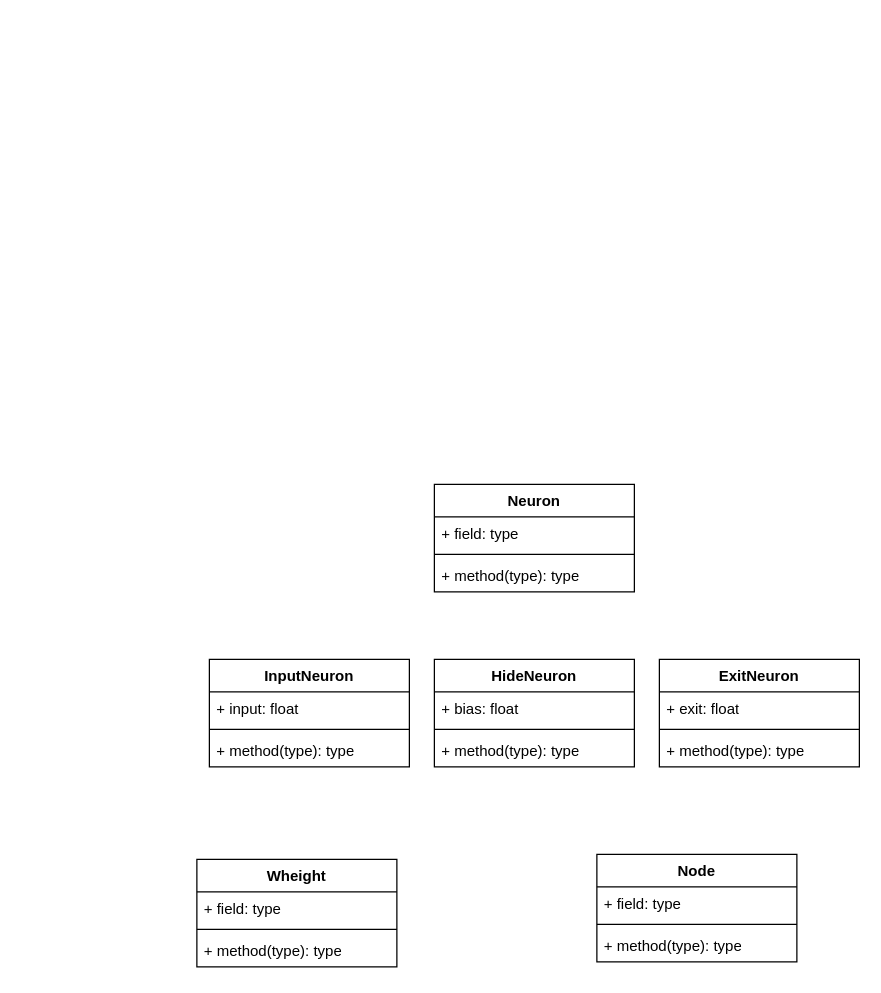
Before: diagrama_de_classes.drawio in MaikeRob/Rede_Neural_Simples, a draw.io diagram. Source tidied: cells renumbered, new cells numbered last; positions are measured from the earlier drawing's top-left corner, leaving out a move shared by most shapes. Both pictures are drawn from the tidied source at 125%, with x=0, y=0 at pixel (196, 484).
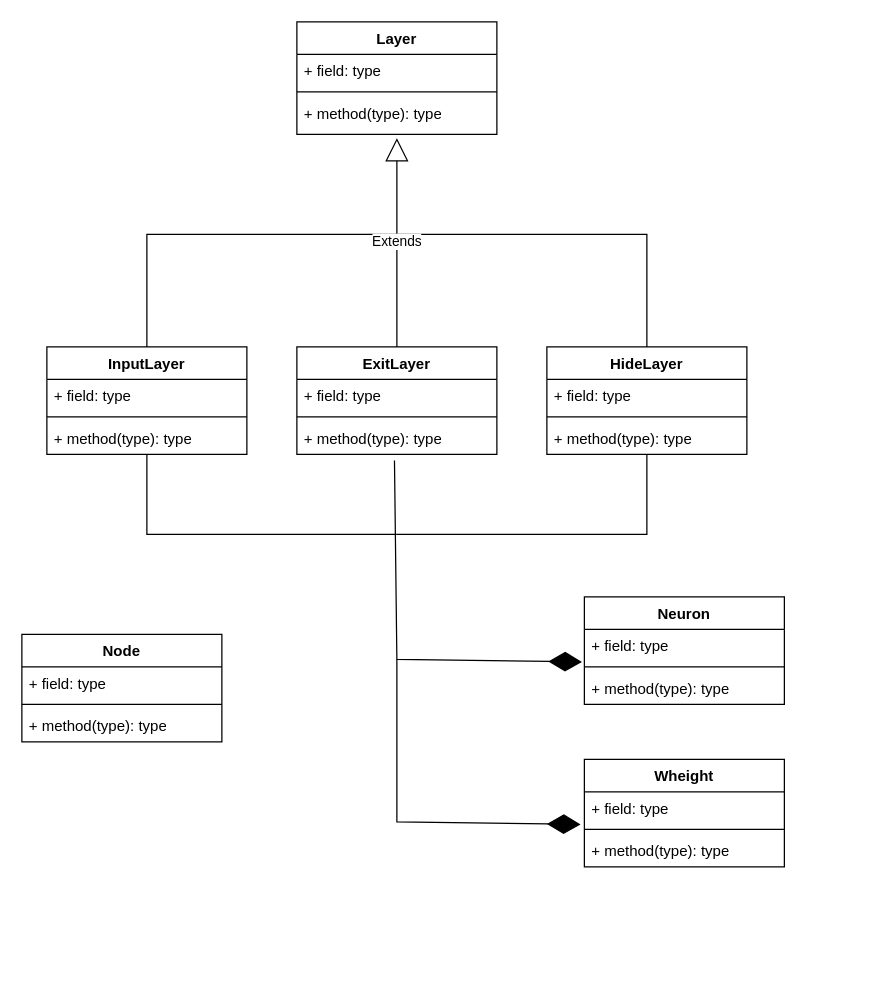
The same page after the edit.

Commit message (it also covers changes not shown here):
Começando a implementar Classes

The change refers to these unchanged cells:
```xml
<mxCell id="3" value="+ field: type" style="text;strokeColor=none;fillColor=none;align=left;verticalAlign=top;spacingLeft=4;spacingRight=4;overflow=hidden;points=[[0,0.5],[1,0.5]];portConstraint=eastwest;whiteSpace=wrap;html=1;" parent="2" vertex="1">
  <mxGeometry y="26" width="160" height="26" as="geometry" />
</mxCell>
<mxCell id="19" value="+ field: type" style="text;strokeColor=none;fillColor=none;align=left;verticalAlign=top;spacingLeft=4;spacingRight=4;overflow=hidden;points=[[0,0.5],[1,0.5]];portConstraint=eastwest;whiteSpace=wrap;html=1;" parent="18" vertex="1">
  <mxGeometry y="26" width="160" height="26" as="geometry" />
</mxCell>
```

The edit, as a diff of the source:
```diff
@@
     <mxCell id="2" value="Neuron" style="swimlane;fontStyle=1;align=center;verticalAlign=top;horizontal=1;startSize=26;whiteSpace=wrap;html=1;" parent="1" vertex="1">
-      <mxGeometry x="190" width="160" height="86" as="geometry" />
+      <mxGeometry x="310" y="90" width="160" height="86" as="geometry" />
     </mxCell>
@@
-    <mxCell id="6" value="InputNeuron" style="swimlane;fontStyle=1;align=center;verticalAlign=top;horizontal=1;startSize=26;whiteSpace=wrap;html=1;" parent="1" vertex="1">
-      <mxGeometry x="10" y="140" width="160" height="86" as="geometry" />
-    </mxCell>
-    <mxCell id="7" value="+ input: float" style="text;strokeColor=none;fillColor=none;align=left;verticalAlign=top;spacingLeft=4;spacingRight=4;overflow=hidden;whiteSpace=wrap;html=1;" parent="6" vertex="1">
-      <mxGeometry y="26" width="160" height="26" as="geometry" />
-    </mxCell>
-    <mxCell id="8" style="line;strokeWidth=1;fillColor=none;align=left;verticalAlign=middle;spacingTop=-1;spacingLeft=3;spacingRight=3;labelPosition=right;strokeColor=inherit;" parent="6" vertex="1">
-      <mxGeometry y="52" width="160" height="8" as="geometry" />
-    </mxCell>
-    <mxCell id="9" value="+ method(type): type" style="text;strokeColor=none;fillColor=none;align=left;verticalAlign=top;spacingLeft=4;spacingRight=4;overflow=hidden;whiteSpace=wrap;html=1;" parent="6" vertex="1">
-      <mxGeometry y="60" width="160" height="26" as="geometry" />
-    </mxCell>
-    <mxCell id="10" value="HideNeuron" style="swimlane;fontStyle=1;align=center;verticalAlign=top;horizontal=1;startSize=26;whiteSpace=wrap;html=1;" parent="1" vertex="1">
-      <mxGeometry x="190" y="140" width="160" height="86" as="geometry" />
-    </mxCell>
-    <mxCell id="11" value="+ bias: float&lt;div&gt;&lt;div&gt;&lt;br&gt;&lt;/div&gt;&lt;/div&gt;" style="text;strokeColor=none;fillColor=none;align=left;verticalAlign=top;spacingLeft=4;spacingRight=4;overflow=hidden;whiteSpace=wrap;html=1;" parent="10" vertex="1">
-      <mxGeometry y="26" width="160" height="26" as="geometry" />
-    </mxCell>
-    <mxCell id="12" style="line;strokeWidth=1;fillColor=none;align=left;verticalAlign=middle;spacingTop=-1;spacingLeft=3;spacingRight=3;labelPosition=right;strokeColor=inherit;" parent="10" vertex="1">
-      <mxGeometry y="52" width="160" height="8" as="geometry" />
-    </mxCell>
-    <mxCell id="13" value="+ method(type): type" style="text;strokeColor=none;fillColor=none;align=left;verticalAlign=top;spacingLeft=4;spacingRight=4;overflow=hidden;whiteSpace=wrap;html=1;" parent="10" vertex="1">
-      <mxGeometry y="60" width="160" height="26" as="geometry" />
-    </mxCell>
-    <mxCell id="14" value="ExitNeuron" style="swimlane;fontStyle=1;align=center;verticalAlign=top;horizontal=1;startSize=26;whiteSpace=wrap;html=1;" parent="1" vertex="1">
-      <mxGeometry x="370" y="140" width="160" height="86" as="geometry" />
-    </mxCell>
-    <mxCell id="15" value="+ exit: float" style="text;strokeColor=none;fillColor=none;align=left;verticalAlign=top;spacingLeft=4;spacingRight=4;overflow=hidden;whiteSpace=wrap;html=1;" parent="14" vertex="1">
-      <mxGeometry y="26" width="160" height="26" as="geometry" />
-    </mxCell>
-    <mxCell id="16" style="line;strokeWidth=1;fillColor=none;align=left;verticalAlign=middle;spacingTop=-1;spacingLeft=3;spacingRight=3;labelPosition=right;strokeColor=inherit;" parent="14" vertex="1">
-      <mxGeometry y="52" width="160" height="8" as="geometry" />
-    </mxCell>
-    <mxCell id="17" value="+ method(type): type" style="text;strokeColor=none;fillColor=none;align=left;verticalAlign=top;spacingLeft=4;spacingRight=4;overflow=hidden;whiteSpace=wrap;html=1;" parent="14" vertex="1">
-      <mxGeometry y="60" width="160" height="26" as="geometry" />
-    </mxCell>
     <mxCell id="18" value="Wheight" style="swimlane;fontStyle=1;align=center;verticalAlign=top;horizontal=1;startSize=26;whiteSpace=wrap;html=1;" parent="1" vertex="1">
-      <mxGeometry y="300" width="160" height="86" as="geometry" />
+      <mxGeometry x="310" y="220" width="160" height="86" as="geometry" />
     </mxCell>
@@
     <mxCell id="22" value="Node" style="swimlane;fontStyle=1;align=center;verticalAlign=top;horizontal=1;startSize=26;whiteSpace=wrap;html=1;" parent="1" vertex="1">
-      <mxGeometry x="320" y="296" width="160" height="86" as="geometry" />
+      <mxGeometry x="-140" y="120" width="160" height="86" as="geometry" />
     </mxCell>
@@
+    <mxCell id="26" value="Layer" style="swimlane;fontStyle=1;align=center;verticalAlign=top;horizontal=1;startSize=26;whiteSpace=wrap;html=1;" parent="1" vertex="1">
+      <mxGeometry x="80" y="-370" width="160" height="90" as="geometry" />
+    </mxCell>
+    <mxCell id="27" value="+ field: type" style="text;strokeColor=none;fillColor=none;align=left;verticalAlign=top;spacingLeft=4;spacingRight=4;overflow=hidden;whiteSpace=wrap;html=1;" parent="26" vertex="1">
+      <mxGeometry y="26" width="160" height="26" as="geometry" />
+    </mxCell>
+    <mxCell id="28" style="line;strokeWidth=1;fillColor=none;align=left;verticalAlign=middle;spacingTop=-1;spacingLeft=3;spacingRight=3;labelPosition=right;strokeColor=inherit;" parent="26" vertex="1">
+      <mxGeometry y="52" width="160" height="8" as="geometry" />
+    </mxCell>
+    <mxCell id="29" value="+ method(type): type" style="text;strokeColor=none;fillColor=none;align=left;verticalAlign=top;spacingLeft=4;spacingRight=4;overflow=hidden;points=[[0,0.5],[1,0.5]];portConstraint=eastwest;whiteSpace=wrap;html=1;" parent="26" vertex="1">
+      <mxGeometry y="60" width="160" height="30" as="geometry" />
+    </mxCell>
+    <mxCell id="30" value="ExitLayer" style="swimlane;fontStyle=1;align=center;verticalAlign=top;horizontal=1;startSize=26;whiteSpace=wrap;html=1;" parent="1" vertex="1">
+      <mxGeometry x="80" y="-110" width="160" height="86" as="geometry" />
+    </mxCell>
+    <mxCell id="31" value="+ field: type" style="text;strokeColor=none;fillColor=none;align=left;verticalAlign=top;spacingLeft=4;spacingRight=4;overflow=hidden;whiteSpace=wrap;html=1;" parent="30" vertex="1">
+      <mxGeometry y="26" width="160" height="26" as="geometry" />
+    </mxCell>
+    <mxCell id="32" style="line;strokeWidth=1;fillColor=none;align=left;verticalAlign=middle;spacingTop=-1;spacingLeft=3;spacingRight=3;labelPosition=right;strokeColor=inherit;" parent="30" vertex="1">
+      <mxGeometry y="52" width="160" height="8" as="geometry" />
+    </mxCell>
+    <mxCell id="33" value="+ method(type): type" style="text;strokeColor=none;fillColor=none;align=left;verticalAlign=top;spacingLeft=4;spacingRight=4;overflow=hidden;points=[[0,0.5],[1,0.5]];portConstraint=eastwest;whiteSpace=wrap;html=1;" parent="30" vertex="1">
+      <mxGeometry y="60" width="160" height="26" as="geometry" />
+    </mxCell>
+    <mxCell id="34" style="edgeStyle=orthogonalEdgeStyle;rounded=0;jettySize=auto;html=1;" parent="1" edge="1" source="36">
+      <mxGeometry relative="1" as="geometry">
+        <mxPoint x="160" y="-190" as="targetPoint" />
+        <Array as="points">
+          <mxPoint x="360" y="-200" />
+          <mxPoint x="161" y="-200" />
+        </Array>
+      </mxGeometry>
+    </mxCell>
+    <mxCell id="35" style="edgeStyle=orthogonalEdgeStyle;rounded=0;jettySize=auto;html=1;endArrow=none;endFill=0;" parent="1" edge="1" source="36">
+      <mxGeometry relative="1" as="geometry">
+        <mxPoint x="160" y="40" as="targetPoint" />
+        <Array as="points">
+          <mxPoint x="360" y="40" />
+        </Array>
+      </mxGeometry>
+    </mxCell>
+    <mxCell id="36" value="HideLayer" style="swimlane;fontStyle=1;align=center;verticalAlign=top;horizontal=1;startSize=26;whiteSpace=wrap;html=1;" parent="1" vertex="1">
+      <mxGeometry x="280" y="-110" width="160" height="86" as="geometry" />
+    </mxCell>
+    <mxCell id="37" value="+ field: type" style="text;strokeColor=none;fillColor=none;align=left;verticalAlign=top;spacingLeft=4;spacingRight=4;overflow=hidden;whiteSpace=wrap;html=1;" parent="36" vertex="1">
+      <mxGeometry y="26" width="160" height="26" as="geometry" />
+    </mxCell>
+    <mxCell id="38" style="line;strokeWidth=1;fillColor=none;align=left;verticalAlign=middle;spacingTop=-1;spacingLeft=3;spacingRight=3;labelPosition=right;strokeColor=inherit;" parent="36" vertex="1">
+      <mxGeometry y="52" width="160" height="8" as="geometry" />
+    </mxCell>
+    <mxCell id="39" value="+ method(type): type" style="text;strokeColor=none;fillColor=none;align=left;verticalAlign=top;spacingLeft=4;spacingRight=4;overflow=hidden;whiteSpace=wrap;html=1;" parent="36" vertex="1">
+      <mxGeometry y="60" width="160" height="26" as="geometry" />
+    </mxCell>
+    <mxCell id="40" style="edgeStyle=orthogonalEdgeStyle;rounded=0;jettySize=auto;html=1;endArrow=none;endFill=0;" parent="1" edge="1" source="42">
+      <mxGeometry relative="1" as="geometry">
+        <mxPoint x="160" y="-200" as="targetPoint" />
+        <Array as="points">
+          <mxPoint x="-40" y="-200" />
+        </Array>
+      </mxGeometry>
+    </mxCell>
+    <mxCell id="41" style="edgeStyle=orthogonalEdgeStyle;rounded=0;jettySize=auto;html=1;endArrow=none;endFill=0;" parent="1" edge="1" source="42">
+      <mxGeometry relative="1" as="geometry">
+        <mxPoint x="160" y="40" as="targetPoint" />
+        <Array as="points">
+          <mxPoint x="-40" y="40" />
+          <mxPoint x="161" y="40" />
+        </Array>
+      </mxGeometry>
+    </mxCell>
+    <mxCell id="42" value="InputLayer" style="swimlane;fontStyle=1;align=center;verticalAlign=top;horizontal=1;startSize=26;whiteSpace=wrap;html=1;" parent="1" vertex="1">
+      <mxGeometry x="-120" y="-110" width="160" height="86" as="geometry" />
+    </mxCell>
+    <mxCell id="43" value="+ field: type" style="text;strokeColor=none;fillColor=none;align=left;verticalAlign=top;spacingLeft=4;spacingRight=4;overflow=hidden;whiteSpace=wrap;html=1;" parent="42" vertex="1">
+      <mxGeometry y="26" width="160" height="26" as="geometry" />
+    </mxCell>
+    <mxCell id="44" style="line;strokeWidth=1;fillColor=none;align=left;verticalAlign=middle;spacingTop=-1;spacingLeft=3;spacingRight=3;labelPosition=right;strokeColor=inherit;" parent="42" vertex="1">
+      <mxGeometry y="52" width="160" height="8" as="geometry" />
+    </mxCell>
+    <mxCell id="45" value="+ method(type): type" style="text;strokeColor=none;fillColor=none;align=left;verticalAlign=top;spacingLeft=4;spacingRight=4;overflow=hidden;whiteSpace=wrap;html=1;" parent="42" vertex="1">
+      <mxGeometry y="60" width="160" height="26" as="geometry" />
+    </mxCell>
+    <mxCell id="46" value="Extends" style="endArrow=block;endSize=16;endFill=0;html=1;rounded=0;exitX=0.5;exitY=0;exitDx=0;exitDy=0;entryX=0.5;entryY=1.1;entryDx=0;entryDy=0;entryPerimeter=0;" parent="1" edge="1" source="30" target="29">
+      <mxGeometry relative="1" as="geometry" />
+    </mxCell>
+    <mxCell id="47" style="endArrow=diamondThin;endFill=1;endSize=24;html=1;rounded=0;entryX=-0.012;entryY=1;entryDx=0;entryDy=0;entryPerimeter=0;exitX=0.488;exitY=1.192;exitDx=0;exitDy=0;exitPerimeter=0;" parent="1" edge="1" source="33" target="3">
+      <mxGeometry relative="1" as="geometry">
+        <Array as="points">
+          <mxPoint x="160" y="140" />
+        </Array>
+      </mxGeometry>
+    </mxCell>
+    <mxCell id="48" style="endArrow=diamondThin;endFill=1;endSize=24;html=1;rounded=0;entryX=-0.019;entryY=1;entryDx=0;entryDy=0;entryPerimeter=0;" parent="1" edge="1" target="19">
+      <mxGeometry relative="1" as="geometry">
+        <mxPoint x="160" y="140" as="sourcePoint" />
+        <Array as="points">
+          <mxPoint x="160" y="270" />
+        </Array>
+      </mxGeometry>
+    </mxCell>
```
